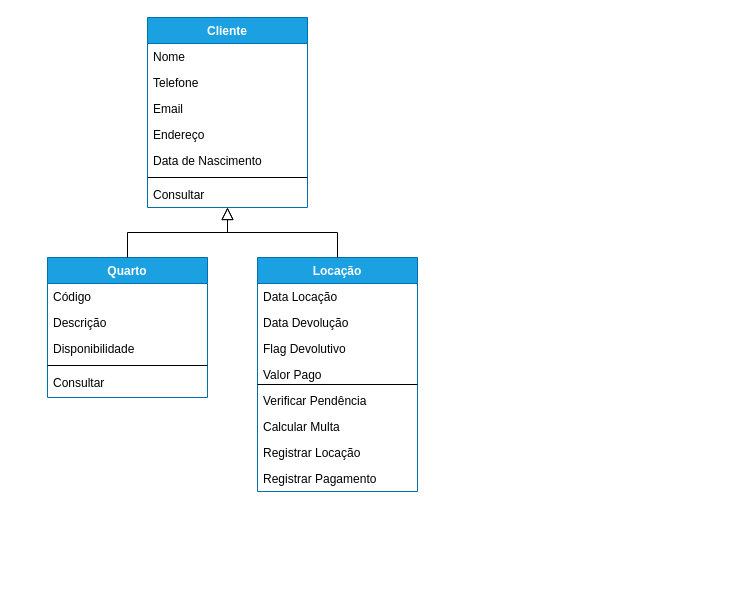
Above: HotelEngenhariaII.drawio in likalily/LinksImportantes (draw.io), before the change. Source tidied: cells renumbered, new cells numbered last; positions are measured from the earlier drawing's top-left corner, leaving out a move shared by most shapes. Both pictures are drawn from the tidied source at 100%, with x=0, y=0 at pixel (47, 17).
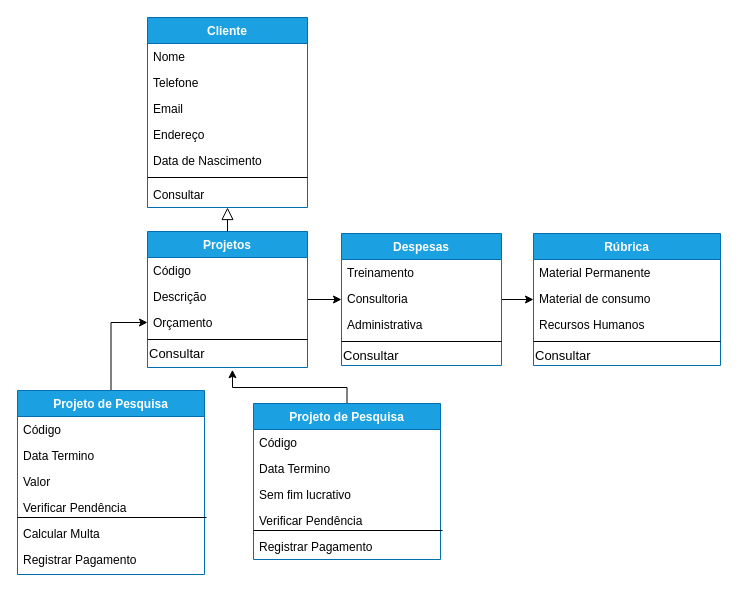
After the change.

Unchanged cells that the change refers to:
```xml
<mxCell id="2" value="Cliente" style="swimlane;fontStyle=1;align=center;verticalAlign=top;horizontal=1;startSize=26;rounded=0;shadow=0;strokeWidth=1;fillColor=#1ba1e2;strokeColor=#006EAF;fontColor=#ffffff;" parent="1" vertex="1">
  <mxGeometry x="100" width="160" height="190" as="geometry" />
</mxCell>
```

The edit, as a diff of the source:
```diff
@@
+    <mxCell id="28" style="edgeStyle=orthogonalEdgeStyle;rounded=0;jettySize=auto;html=1;fontSize=13;" parent="1" edge="1" source="10" target="32">
+      <mxGeometry relative="1" as="geometry" />
+    </mxCell>
-    <mxCell id="10" value="Quarto" style="swimlane;fontStyle=1;align=center;verticalAlign=top;horizontal=1;startSize=26;rounded=0;shadow=0;strokeWidth=1;fillColor=#1ba1e2;strokeColor=#006EAF;fontColor=#ffffff;" parent="1" vertex="1">
-      <mxGeometry y="240" width="160" height="140" as="geometry" />
+    <mxCell id="10" value="Projetos" style="swimlane;fontStyle=1;align=center;verticalAlign=top;horizontal=1;startSize=26;rounded=0;shadow=0;strokeWidth=1;fillColor=#1ba1e2;strokeColor=#006EAF;fontColor=#ffffff;" parent="1" vertex="1">
+      <mxGeometry x="100" y="214" width="160" height="136" as="geometry" />
     </mxCell>
@@
-    <mxCell id="13" value="Disponibilidade" style="text;align=left;verticalAlign=top;spacingLeft=4;spacingRight=4;overflow=hidden;points=[[0,0.5],[1,0.5]];portConstraint=eastwest;rounded=0;shadow=1;html=0;" parent="10" vertex="1">
+    <mxCell id="13" value="Orçamento" style="text;align=left;verticalAlign=top;spacingLeft=4;spacingRight=4;overflow=hidden;points=[[0,0.5],[1,0.5]];portConstraint=eastwest;rounded=0;shadow=1;html=0;" parent="10" vertex="1">
       <mxGeometry y="78" width="160" height="26" as="geometry" />
     </mxCell>
@@
-    <mxCell id="15" value="Consultar" style="text;align=left;verticalAlign=top;spacingLeft=4;spacingRight=4;overflow=hidden;" parent="10" vertex="1">
-      <mxGeometry y="112" width="160" height="26" as="geometry" />
-    </mxCell>
+    <mxCell id="29" value="Consultar" style="text;html=1;align=left;verticalAlign=middle;points=[];strokeColor=none;fontSize=13;" parent="10" vertex="1">
+      <mxGeometry y="112" width="160" height="20" as="geometry" />
+    </mxCell>
@@
+    <mxCell id="30" style="edgeStyle=orthogonalEdgeStyle;rounded=0;jettySize=auto;html=1;fontSize=13;entryX=0;entryY=0.5;entryDx=0;entryDy=0;" parent="1" edge="1" source="17" target="13">
+      <mxGeometry relative="1" as="geometry" />
+    </mxCell>
-    <mxCell id="17" value="Locação" style="swimlane;fontStyle=1;align=center;verticalAlign=top;horizontal=1;startSize=26;rounded=0;shadow=0;strokeWidth=1;fillColor=#1ba1e2;strokeColor=#006EAF;fontColor=#ffffff;" parent="1" vertex="1">
-      <mxGeometry x="210" y="240" width="160" height="234" as="geometry" />
+    <mxCell id="17" value="Projeto de Pesquisa" style="swimlane;fontStyle=1;align=center;verticalAlign=top;horizontal=1;startSize=26;rounded=0;shadow=0;strokeWidth=1;fillColor=#1ba1e2;strokeColor=#006EAF;fontColor=#ffffff;" parent="1" vertex="1">
+      <mxGeometry x="-30" y="373" width="187" height="184" as="geometry" />
     </mxCell>
-    <mxCell id="18" value="Data Locação" style="text;align=left;verticalAlign=top;spacingLeft=4;spacingRight=4;overflow=hidden;" parent="17" vertex="1">
-      <mxGeometry y="26" width="160" height="26" as="geometry" />
+    <mxCell id="18" value="Código" style="text;align=left;verticalAlign=top;spacingLeft=4;spacingRight=4;overflow=hidden;" parent="17" vertex="1">
+      <mxGeometry y="26" width="187" height="26" as="geometry" />
     </mxCell>
-    <mxCell id="19" value="Data Devolução" style="text;align=left;verticalAlign=top;spacingLeft=4;spacingRight=4;overflow=hidden;" parent="17" vertex="1">
-      <mxGeometry y="52" width="160" height="26" as="geometry" />
+    <mxCell id="19" value="Data Termino" style="text;align=left;verticalAlign=top;spacingLeft=4;spacingRight=4;overflow=hidden;" parent="17" vertex="1">
+      <mxGeometry y="52" width="187" height="26" as="geometry" />
     </mxCell>
-    <mxCell id="20" value="Flag Devolutivo" style="text;align=left;verticalAlign=top;spacingLeft=4;spacingRight=4;overflow=hidden;" parent="17" vertex="1">
-      <mxGeometry y="78" width="160" height="26" as="geometry" />
-    </mxCell>
-    <mxCell id="21" value="Valor Pago" style="text;align=left;verticalAlign=top;spacingLeft=4;spacingRight=4;overflow=hidden;" parent="17" vertex="1">
-      <mxGeometry y="104" width="160" height="26" as="geometry" />
+    <mxCell id="21" value="Valor " style="text;align=left;verticalAlign=top;spacingLeft=4;spacingRight=4;overflow=hidden;" parent="17" vertex="1">
+      <mxGeometry y="78" width="187" height="26" as="geometry" />
     </mxCell>
     <mxCell id="22" value="Verificar Pendência" style="text;align=left;verticalAlign=top;spacingLeft=4;spacingRight=4;overflow=hidden;" parent="17" vertex="1">
-      <mxGeometry y="130" width="160" height="26" as="geometry" />
+      <mxGeometry y="104" width="187" height="26" as="geometry" />
     </mxCell>
     <mxCell id="23" value="Calcular Multa" style="text;align=left;verticalAlign=top;spacingLeft=4;spacingRight=4;overflow=hidden;" parent="17" vertex="1">
-      <mxGeometry y="156" width="160" height="26" as="geometry" />
+      <mxGeometry y="130" width="187" height="26" as="geometry" />
     </mxCell>
-    <mxCell id="24" value="Registrar Locação" style="text;align=left;verticalAlign=top;spacingLeft=4;spacingRight=4;overflow=hidden;" parent="17" vertex="1">
-      <mxGeometry y="182" width="160" height="26" as="geometry" />
-    </mxCell>
     <mxCell id="25" value="Registrar Pagamento" style="text;align=left;verticalAlign=top;spacingLeft=4;spacingRight=4;overflow=hidden;" parent="17" vertex="1">
-      <mxGeometry y="208" width="160" height="26" as="geometry" />
+      <mxGeometry y="156" width="187" height="26" as="geometry" />
     </mxCell>
     <mxCell id="26" style="endArrow=none;html=1;" parent="17" edge="1">
       <mxGeometry relative="1" as="geometry">
-        <mxPoint x="160" y="127" as="sourcePoint" />
+        <mxPoint x="189" y="127" as="sourcePoint" />
         <mxPoint y="127" as="targetPoint" />
       </mxGeometry>
     </mxCell>
-    <mxCell id="27" style="endArrow=block;endSize=10;endFill=0;shadow=0;strokeWidth=1;rounded=0;edgeStyle=elbowEdgeStyle;elbow=vertical;" parent="1" edge="1" source="17" target="2">
-      <mxGeometry relative="1" as="geometry" />
-    </mxCell>
+    <mxCell id="31" style="edgeStyle=orthogonalEdgeStyle;rounded=0;jettySize=auto;html=1;fontSize=13;" parent="1" edge="1" source="32" target="38">
+      <mxGeometry relative="1" as="geometry" />
+    </mxCell>
+    <mxCell id="32" value="Despesas" style="swimlane;fontStyle=1;align=center;verticalAlign=top;horizontal=1;startSize=26;rounded=0;shadow=0;strokeWidth=1;fillColor=#1ba1e2;strokeColor=#006EAF;fontColor=#ffffff;" parent="1" vertex="1">
+      <mxGeometry x="294" y="216" width="160" height="132" as="geometry" />
+    </mxCell>
+    <mxCell id="33" value="Treinamento" style="text;align=left;verticalAlign=top;spacingLeft=4;spacingRight=4;overflow=hidden;" parent="32" vertex="1">
+      <mxGeometry y="26" width="160" height="26" as="geometry" />
+    </mxCell>
+    <mxCell id="34" value="Consultoria" style="text;align=left;verticalAlign=top;spacingLeft=4;spacingRight=4;overflow=hidden;" parent="32" vertex="1">
+      <mxGeometry y="52" width="160" height="26" as="geometry" />
+    </mxCell>
+    <mxCell id="35" value="Administrativa" style="text;align=left;verticalAlign=top;spacingLeft=4;spacingRight=4;overflow=hidden;" parent="32" vertex="1">
+      <mxGeometry y="78" width="160" height="26" as="geometry" />
+    </mxCell>
+    <mxCell id="36" style="line;html=1;strokeWidth=1;align=left;verticalAlign=middle;spacingTop=-1;spacingLeft=3;spacingRight=3;labelPosition=right;" parent="32" vertex="1">
+      <mxGeometry y="104" width="160" height="8" as="geometry" />
+    </mxCell>
+    <mxCell id="37" value="Consultar" style="text;html=1;align=left;verticalAlign=middle;strokeColor=none;fontSize=13;" parent="32" vertex="1">
+      <mxGeometry y="112" width="160" height="20" as="geometry" />
+    </mxCell>
+    <mxCell id="38" value="Rúbrica" style="swimlane;fontStyle=1;align=center;verticalAlign=top;horizontal=1;startSize=26;rounded=0;shadow=0;strokeWidth=1;fillColor=#1ba1e2;strokeColor=#006EAF;fontColor=#ffffff;" parent="1" vertex="1">
+      <mxGeometry x="486" y="216" width="187" height="132" as="geometry" />
+    </mxCell>
+    <mxCell id="39" value="Material Permanente" style="text;align=left;verticalAlign=top;spacingLeft=4;spacingRight=4;overflow=hidden;" parent="38" vertex="1">
+      <mxGeometry y="26" width="187" height="26" as="geometry" />
+    </mxCell>
+    <mxCell id="40" value="Material de consumo" style="text;align=left;verticalAlign=top;spacingLeft=4;spacingRight=4;overflow=hidden;" parent="38" vertex="1">
+      <mxGeometry y="52" width="187" height="26" as="geometry" />
+    </mxCell>
+    <mxCell id="41" value="Recursos Humanos" style="text;align=left;verticalAlign=top;spacingLeft=4;spacingRight=4;overflow=hidden;" parent="38" vertex="1">
+      <mxGeometry y="78" width="187" height="26" as="geometry" />
+    </mxCell>
+    <mxCell id="42" style="line;html=1;strokeWidth=1;align=left;verticalAlign=middle;spacingTop=-1;spacingLeft=3;spacingRight=3;labelPosition=right;" parent="38" vertex="1">
+      <mxGeometry y="104" width="187" height="8" as="geometry" />
+    </mxCell>
+    <mxCell id="43" value="Consultar" style="text;html=1;align=left;verticalAlign=middle;strokeColor=none;fontSize=13;" parent="38" vertex="1">
+      <mxGeometry y="112" width="187" height="20" as="geometry" />
+    </mxCell>
+    <mxCell id="44" style="edgeStyle=orthogonalEdgeStyle;rounded=0;jettySize=auto;html=1;fontSize=13;exitX=0.5;exitY=0;exitDx=0;exitDy=0;entryX=0.531;entryY=1.313;entryDx=0;entryDy=0;entryPerimeter=0;" parent="1" edge="1" source="45" target="29">
+      <mxGeometry relative="1" as="geometry">
+        <Array as="points">
+          <mxPoint x="300" y="370" />
+          <mxPoint x="185" y="370" />
+        </Array>
+      </mxGeometry>
+    </mxCell>
+    <mxCell id="45" value="Projeto de Pesquisa" style="swimlane;fontStyle=1;align=center;verticalAlign=top;horizontal=1;startSize=26;rounded=0;shadow=0;strokeWidth=1;fillColor=#1ba1e2;strokeColor=#006EAF;fontColor=#ffffff;" parent="1" vertex="1">
+      <mxGeometry x="206" y="386" width="187" height="156" as="geometry" />
+    </mxCell>
+    <mxCell id="46" value="Código" style="text;align=left;verticalAlign=top;spacingLeft=4;spacingRight=4;overflow=hidden;" parent="45" vertex="1">
+      <mxGeometry y="26" width="187" height="26" as="geometry" />
+    </mxCell>
+    <mxCell id="47" value="Data Termino" style="text;align=left;verticalAlign=top;spacingLeft=4;spacingRight=4;overflow=hidden;" parent="45" vertex="1">
+      <mxGeometry y="52" width="187" height="26" as="geometry" />
+    </mxCell>
+    <mxCell id="48" value="Sem fim lucrativo" style="text;align=left;verticalAlign=top;spacingLeft=4;spacingRight=4;overflow=hidden;" parent="45" vertex="1">
+      <mxGeometry y="78" width="187" height="26" as="geometry" />
+    </mxCell>
+    <mxCell id="49" value="Verificar Pendência" style="text;align=left;verticalAlign=top;spacingLeft=4;spacingRight=4;overflow=hidden;" parent="45" vertex="1">
+      <mxGeometry y="104" width="187" height="26" as="geometry" />
+    </mxCell>
+    <mxCell id="50" value="Registrar Pagamento" style="text;align=left;verticalAlign=top;spacingLeft=4;spacingRight=4;overflow=hidden;" parent="45" vertex="1">
+      <mxGeometry y="130" width="187" height="26" as="geometry" />
+    </mxCell>
+    <mxCell id="51" style="endArrow=none;html=1;" parent="45" edge="1">
+      <mxGeometry relative="1" as="geometry">
+        <mxPoint x="189" y="127" as="sourcePoint" />
+        <mxPoint y="127" as="targetPoint" />
+      </mxGeometry>
+    </mxCell>
```
